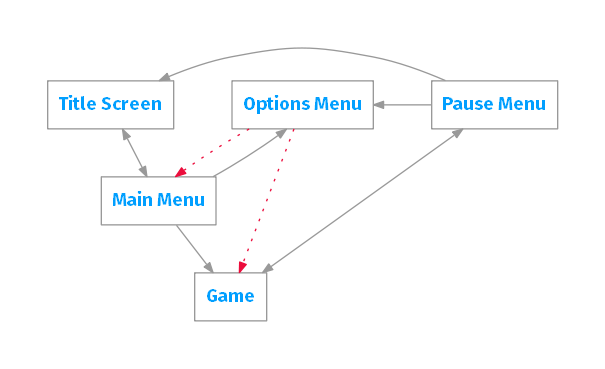
agersant/itsumono keeps this Graphviz diagram as assets/doc/gamestack/flow.png. Above is the earlier version. Its source is kept beside it as assets/doc/gamestack/flow.gv.
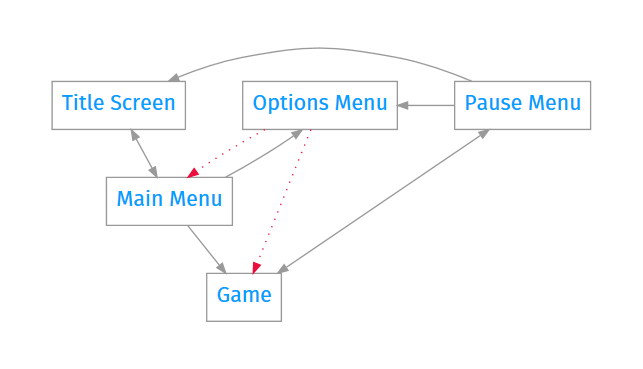
After the change.

Commit message:
Fixed font antialiasing

Used an svg file as temporary output and took a snapshot of the render

Change to the diagram source:
```diff
@@ -1,8 +1,7 @@
 digraph gameflow {
-	size="10"
 	graph [nodesep=.6, pad=0.5];
 	edge [color="gray60", style=solid, arrowsize=.75 ];
-	node [color="gray60", fontname="Fira Sans OT Bold", fontcolor="#019FFF"];
+	node [color="gray60", fontname="Fira Sans OT", fontcolor="#019FFF", fontsize=16];
 	node [shape=rectangle] TITLE MENU OPTIONS GAME PAUSE;
 
 	TITLE [label="Title Screen"];
```
